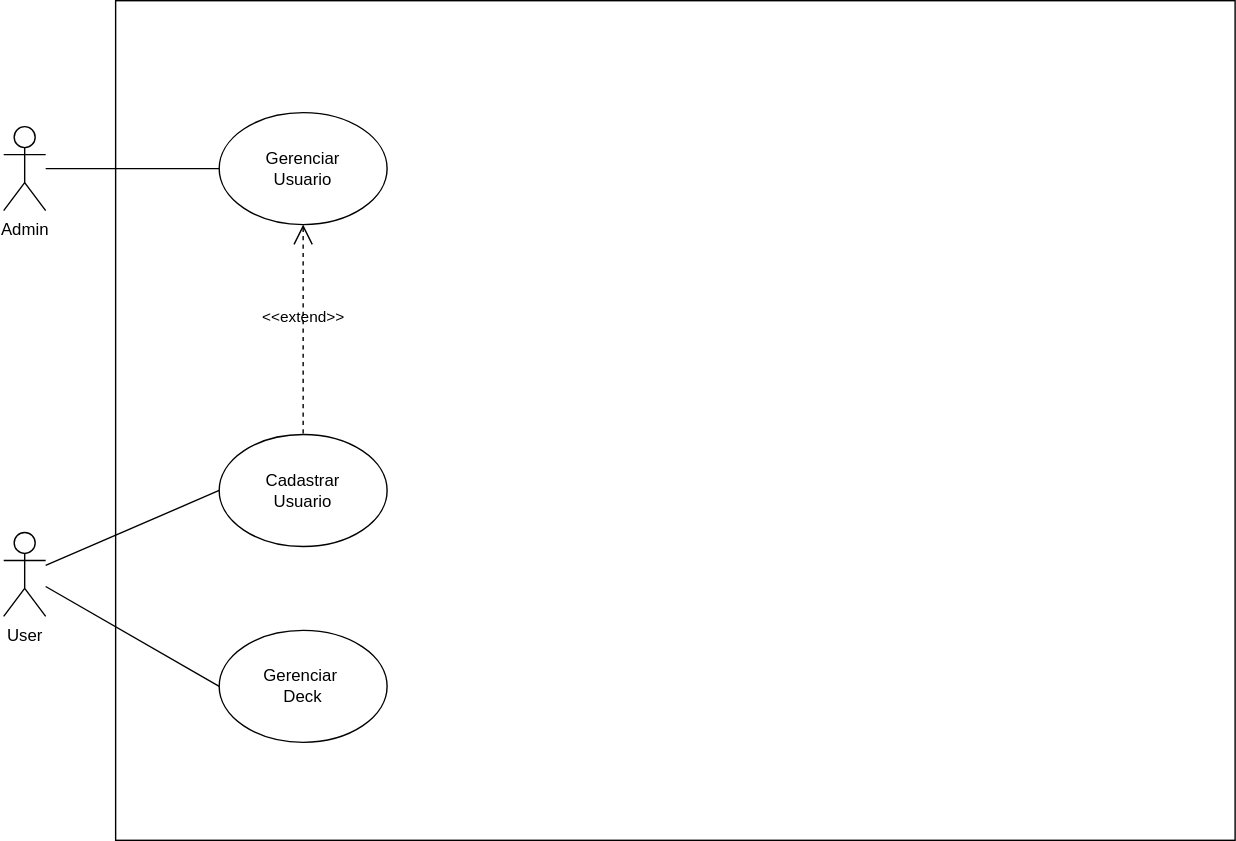
This is CasosDeUso.svg from cassiovittori/Projeto_MPS, a draw.io export, as it was before one commit. Source tidied: cells renumbered, new cells last; positions are measured from the earlier drawing's top-left corner, leaving out a move shared by most shapes.
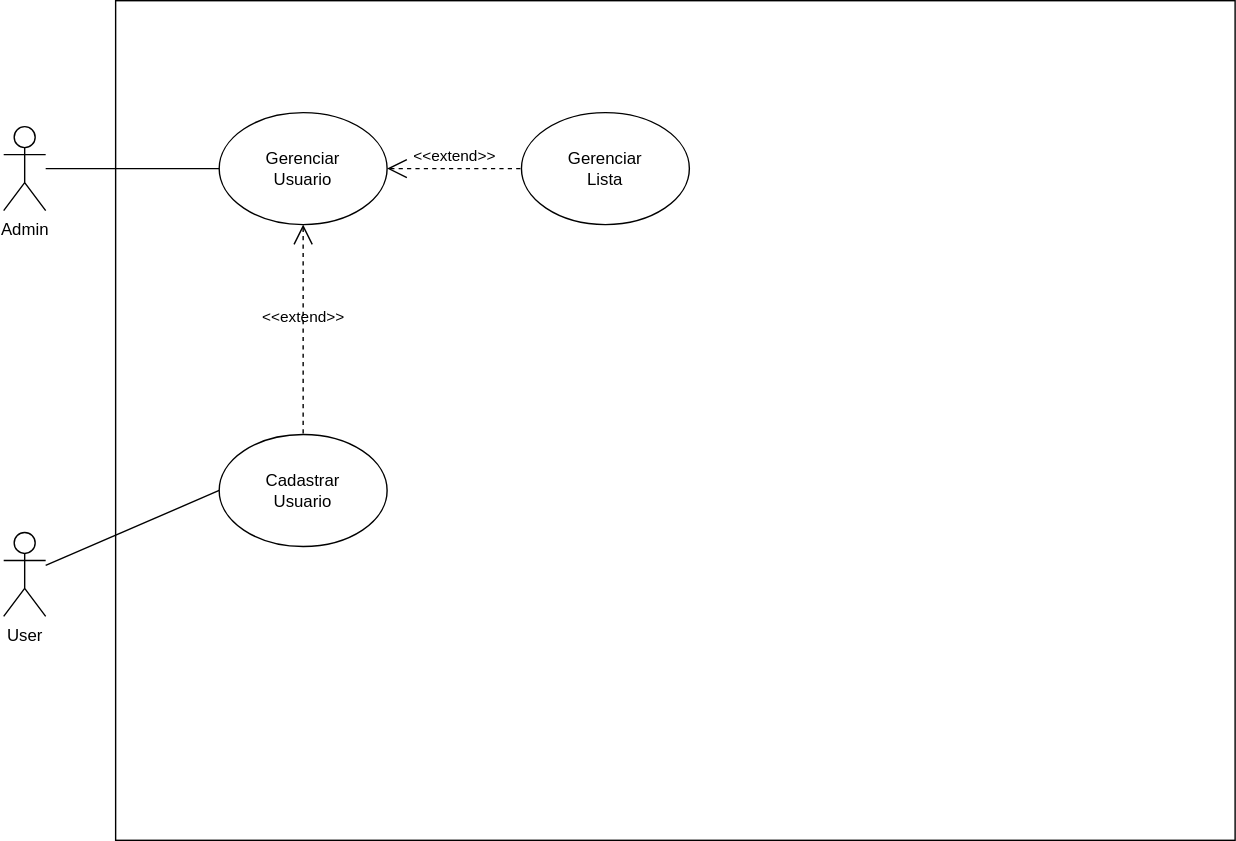
After the commit.

Change to the diagram source:
```diff
@@ -23,14 +23,14 @@
     <mxCell id="8" style="endArrow=none;html=1;rounded=0;entryX=0;entryY=0.5;entryDx=0;entryDy=0;" parent="1" edge="1" source="6" target="7">
       <mxGeometry relative="1" as="geometry" />
     </mxCell>
-    <mxCell id="9" value="Gerenciar&amp;nbsp;&lt;div&gt;Deck&lt;/div&gt;" style="ellipse;whiteSpace=wrap;html=1;" parent="1" vertex="1">
-      <mxGeometry x="154" y="450" width="120" height="80" as="geometry" />
-    </mxCell>
-    <mxCell id="10" style="endArrow=none;html=1;rounded=0;entryX=0;entryY=0.5;entryDx=0;entryDy=0;" parent="1" edge="1" source="6" target="9">
-      <mxGeometry relative="1" as="geometry" />
-    </mxCell>
     <mxCell id="11" value="&amp;lt;&amp;lt;extend&amp;gt;&amp;gt;" style="edgeStyle=none;html=1;startArrow=open;endArrow=none;startSize=12;verticalAlign=bottom;dashed=1;labelBackgroundColor=none;rounded=0;exitX=0.5;exitY=1;exitDx=0;exitDy=0;entryX=0.5;entryY=0;entryDx=0;entryDy=0;" parent="1" edge="1" source="4" target="7">
       <mxGeometry relative="1" as="geometry" />
     </mxCell>
+    <mxCell id="12" value="&amp;lt;&amp;lt;extend&amp;gt;&amp;gt;" style="edgeStyle=none;html=1;startArrow=open;endArrow=none;startSize=12;verticalAlign=bottom;dashed=1;labelBackgroundColor=none;rounded=0;exitX=1;exitY=0.5;exitDx=0;exitDy=0;entryX=0;entryY=0.5;entryDx=0;entryDy=0;" parent="1" edge="1" source="4" target="13">
+      <mxGeometry relative="1" as="geometry" />
+    </mxCell>
+    <mxCell id="13" value="Gerenciar&lt;div&gt;Lista&lt;/div&gt;" style="ellipse;whiteSpace=wrap;html=1;" parent="1" vertex="1">
+      <mxGeometry x="370" y="80" width="120" height="80" as="geometry" />
+    </mxCell>
   </root>
 </mxGraphModel>
```
